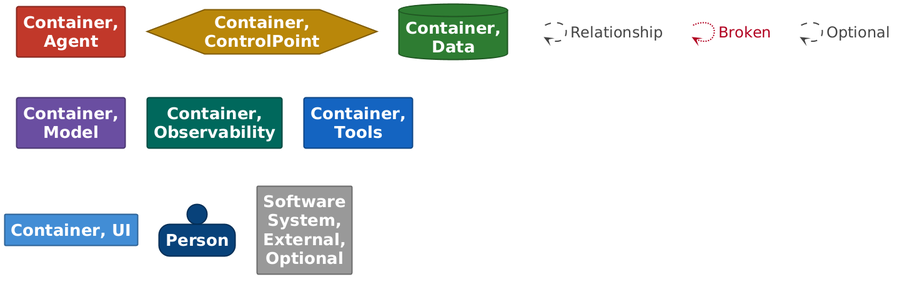
Earlier version of the PlantUML export docs/architecture/exports/structurizr-Containers-key.png (allensanborn/agentic-platform-local).
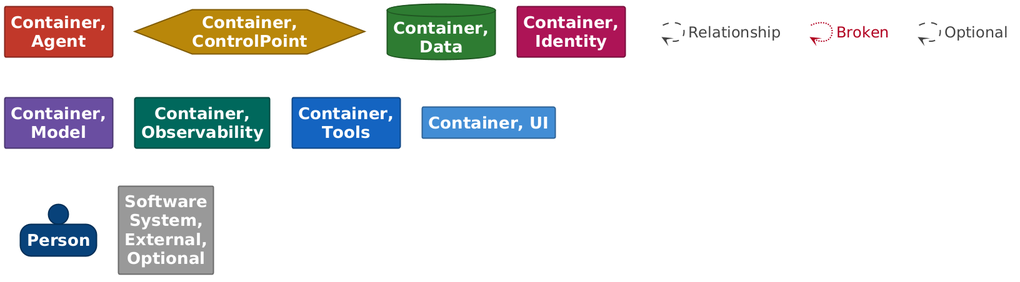
After the commit.

Diff of the diagram source:
```diff
@@ -36,6 +36,18 @@
   .Element-RWxlbWVudCxDb250YWluZXIsRGF0YQ== {
     BackgroundColor: #2e7d32;
     LineColor: #205723;
+    LineStyle: 0;
+    LineThickness: 2;
+    FontColor: #ffffff;
+    FontSize: 24;
+    HorizontalAlignment: center;
+    Shadowing: 0;
+    MaximumWidth: 200;
+  }
+  // Element,Container,Identity
+  .Element-RWxlbWVudCxDb250YWluZXIsSWRlbnRpdHk= {
+    BackgroundColor: #ad1457;
+    LineColor: #790e3c;
     LineStyle: 0;
     LineThickness: 2;
     FontColor: #ffffff;
@@ -168,6 +180,8 @@
 
 database "==Container, Data" <<Element-RWxlbWVudCxDb250YWluZXIsRGF0YQ==>>
 
+rectangle "==Container, Identity" <<Element-RWxlbWVudCxDb250YWluZXIsSWRlbnRpdHk=>>
+
 rectangle "==Container, Model" <<Element-RWxlbWVudCxDb250YWluZXIsTW9kZWw=>>
 
 rectangle "==Container, Observability" <<Element-RWxlbWVudCxDb250YWluZXIsT2JzZXJ2YWJpbGl0eQ==>>
```
